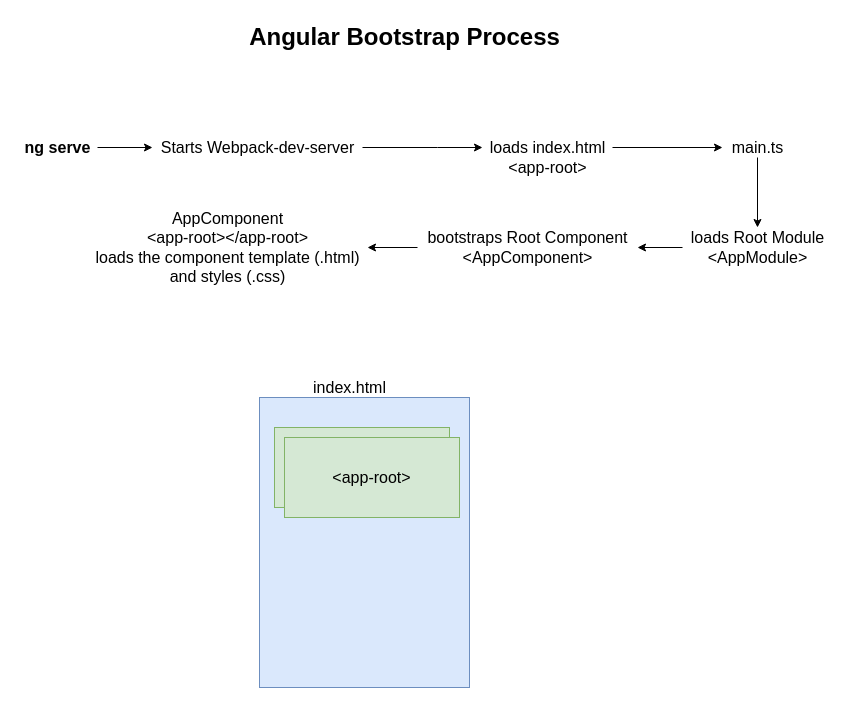
This is page "Page-4" (4 of 4) of refs/diagrams.drawio from synergy2411/citius-jan22, a draw.io file, before an edit. Source tidied: cells renumbered, new cells numbered last; positions are measured from the earlier drawing's top-left corner, leaving out a move shared by most shapes. Both pictures are drawn from the tidied source at 100%, with x=0, y=0 at pixel (17, 17).
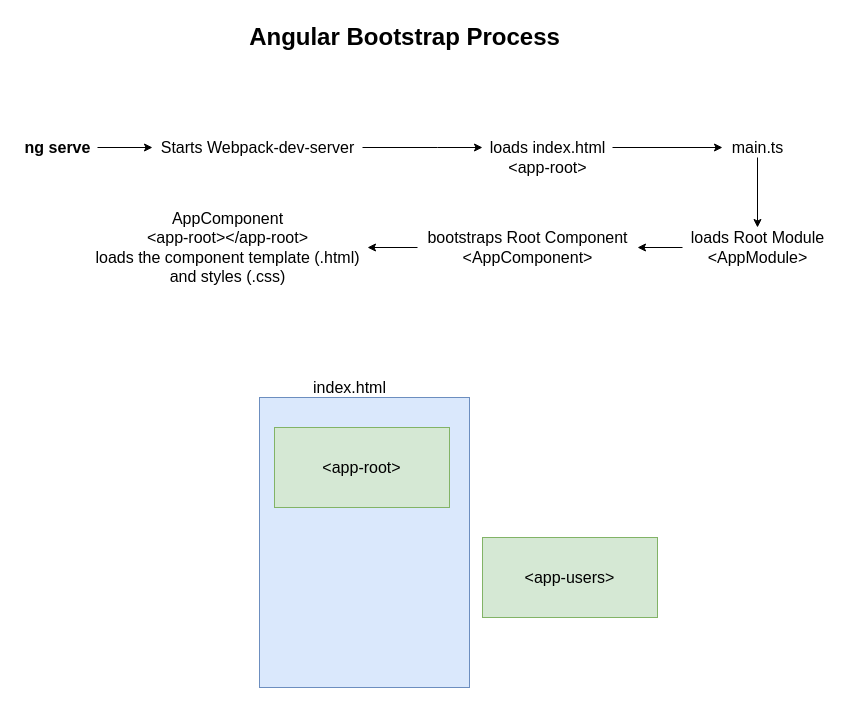
The same page after the edit.

Commit message (it also covers changes not shown here):
users component inside root

The edit, as a diff of the source:
```diff
@@
-    <mxCell id="20" value="&amp;lt;app-root&amp;gt;" style="rounded=0;whiteSpace=wrap;html=1;fontSize=16;fillColor=#d5e8d4;strokeColor=#82b366;" parent="1" vertex="1">
-      <mxGeometry x="267" y="420" width="175" height="80" as="geometry" />
+    <mxCell id="20" value="&amp;lt;app-users&amp;gt;" style="rounded=0;whiteSpace=wrap;html=1;fontSize=16;fillColor=#d5e8d4;strokeColor=#82b366;" parent="1" vertex="1">
+      <mxGeometry x="465" y="520" width="175" height="80" as="geometry" />
     </mxCell>
```
